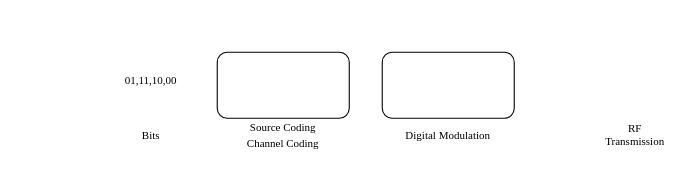
Earlier version of the draw.io diagram ICASSP27/未命名绘图.drawio (1434470591/wubotao.github.io). Source tidied: cells renumbered, new cells numbered last; positions are measured from the earlier drawing's top-left corner, leaving out a move shared by most shapes. Both pictures are drawn from the tidied source at 110%, with x=0, y=0 at pixel (112, 52).
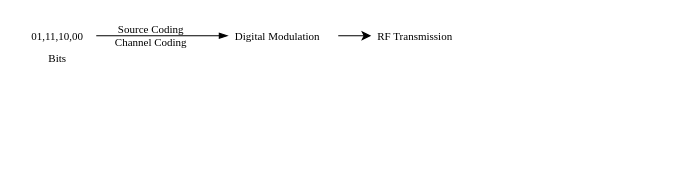
Above is the later version.

Commit message:
更新未命名绘图.drawio

Diff of the diagram source:
```diff
@@
 <mxGraphModel>
   <root>
     <mxCell id="0" />
     <mxCell id="1" parent="0" />
-    <mxCell id="2" style="rounded=1;whiteSpace=wrap;html=1;fontFamily=Times New Roman;fontSize=10;" parent="1" vertex="1">
-      <mxGeometry x="245" width="120" height="60" as="geometry" />
-    </mxCell>
     <mxCell id="3" value="Bits" style="text;html=1;whiteSpace=wrap;strokeColor=none;fillColor=none;align=center;verticalAlign=middle;rounded=0;fontFamily=Times New Roman;fontSize=10;" parent="1" vertex="1">
-      <mxGeometry x="5" y="60" width="60" height="30" as="geometry" />
+      <mxGeometry x="-80" y="-10" width="60" height="30" as="geometry" />
     </mxCell>
     <mxCell id="4" value="01,11,10,00" style="text;html=1;whiteSpace=wrap;strokeColor=none;fillColor=none;align=center;verticalAlign=middle;rounded=0;fontFamily=Times New Roman;fontSize=10;" parent="1" vertex="1">
-      <mxGeometry y="10" width="70" height="30" as="geometry" />
+      <mxGeometry x="-85" y="-30" width="70" height="30" as="geometry" />
     </mxCell>
+    <mxCell id="9" style="edgeStyle=orthogonalEdgeStyle;rounded=0;jettySize=auto;html=1;entryX=0;entryY=0.5;entryDx=0;entryDy=0;" parent="1" edge="1" source="5" target="7">
+      <mxGeometry relative="1" as="geometry" />
+    </mxCell>
     <mxCell id="5" value="Digital Modulation" style="text;html=1;whiteSpace=wrap;strokeColor=none;fillColor=none;align=center;verticalAlign=middle;rounded=0;fontFamily=Times New Roman;fontSize=10;" parent="1" vertex="1">
-      <mxGeometry x="250" y="60" width="110" height="30" as="geometry" />
+      <mxGeometry x="95" y="-30" width="110" height="30" as="geometry" />
     </mxCell>
-    <mxCell id="6" style="rounded=1;whiteSpace=wrap;html=1;fontFamily=Times New Roman;fontSize=10;" parent="1" vertex="1">
-      <mxGeometry x="95" width="120" height="60" as="geometry" />
-    </mxCell>
     <mxCell id="7" value="RF Transmission" style="text;html=1;whiteSpace=wrap;strokeColor=none;fillColor=none;align=center;verticalAlign=middle;rounded=0;fontFamily=Times New Roman;fontSize=10;" parent="1" vertex="1">
-      <mxGeometry x="445" y="60" width="60" height="30" as="geometry" />
+      <mxGeometry x="235" y="-30" width="80" height="30" as="geometry" />
     </mxCell>
-    <mxCell id="8" value="&lt;span style=&quot;font-family: &amp;quot;Times New Roman&amp;quot;; font-size: 10px;&quot;&gt;Source Coding&lt;/span&gt;&lt;br style=&quot;font-family: &amp;quot;Times New Roman&amp;quot;; font-size: 10px;&quot;&gt;&lt;span style=&quot;font-family: &amp;quot;Times New Roman&amp;quot;; font-size: 10px;&quot;&gt;Channel Coding&lt;/span&gt;" style="text;html=1;whiteSpace=wrap;strokeColor=none;fillColor=none;align=center;verticalAlign=middle;rounded=0;" parent="1" vertex="1">
-      <mxGeometry x="105" y="60" width="100" height="30" as="geometry" />
+    <mxCell id="8" value="&lt;span style=&quot;&quot;&gt;Source Coding&lt;/span&gt;&lt;br style=&quot;&quot;&gt;&lt;span style=&quot;&quot;&gt;Channel Coding&lt;/span&gt;" style="text;html=1;whiteSpace=wrap;strokeColor=none;fillColor=none;align=center;verticalAlign=middle;rounded=0;fontSize=10;fontFamily=Times New Roman;" parent="1" vertex="1">
+      <mxGeometry x="-15" y="-30" width="100" height="30" as="geometry" />
     </mxCell>
+    <mxCell id="10" style="endArrow=blockThin;html=1;rounded=0;exitX=1;exitY=0.5;exitDx=0;exitDy=0;entryX=0;entryY=0.5;entryDx=0;entryDy=0;endFill=1;fontSize=10;fontFamily=Times New Roman;" parent="1" edge="1" source="4">
+      <mxGeometry relative="1" as="geometry">
+        <mxPoint x="105" y="-15" as="targetPoint" />
+      </mxGeometry>
+    </mxCell>
   </root>
 </mxGraphModel>
```
